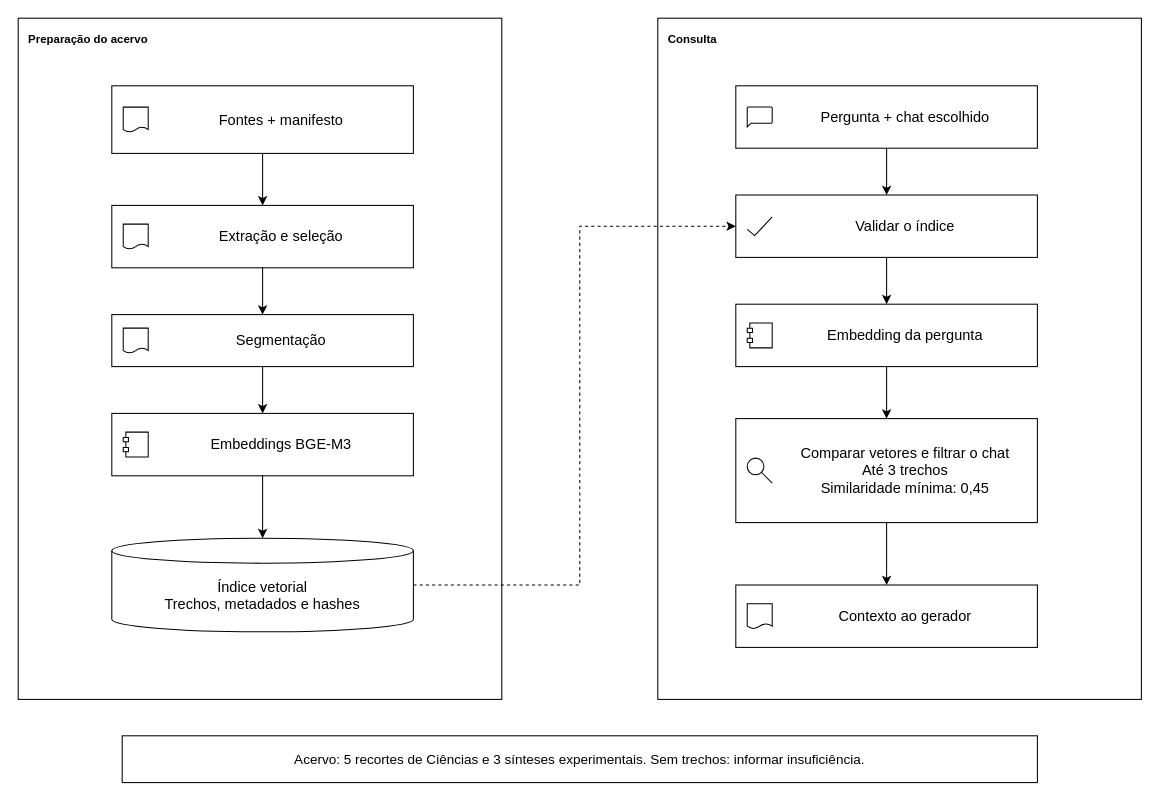
Above: page "06 Preparação e consulta do acervo" (6 of 7) of diagramas/drawio/GuardKids_7_diagramas_com_simbolos.drawio in devfellsp/TCC-GUARDRAILS-FOR-CHILDREN- (draw.io), before the change. Source tidied: cells renumbered, new cells numbered last; positions are measured from the earlier drawing's top-left corner, leaving out a move shared by most shapes. Both pictures are drawn from the tidied source at 104%, with x=0, y=0 at pixel (18, 18).
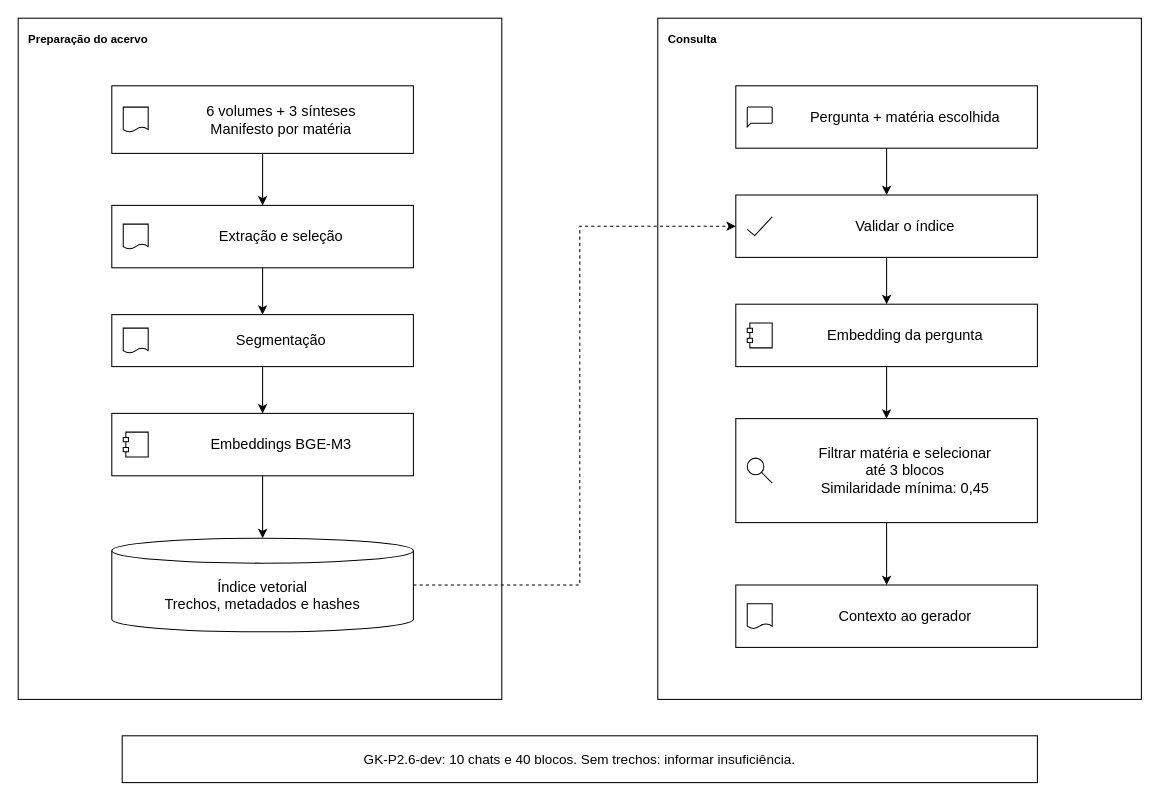
The same page after the edit.

Diff of the diagram source:
```diff
@@
-    <mxCell id="4" value="Fontes + manifesto" style="rounded=0;whiteSpace=wrap;html=1;fontFamily=Arial;fontSize=14;strokeColor=#000000;fillColor=#FFFFFF;shadow=0;strokeWidth=1;fontSize=14;fontStyle=0;spacingLeft=44;spacingRight=8;" parent="1" vertex="1">
+    <mxCell id="4" value="6 volumes + 3 sínteses&lt;br&gt;Manifesto por matéria" style="rounded=0;whiteSpace=wrap;html=1;fontFamily=Arial;fontSize=14;strokeColor=#000000;fillColor=#FFFFFF;shadow=0;strokeWidth=1;fontSize=14;fontStyle=0;spacingLeft=44;spacingRight=8;" parent="1" vertex="1">
       <mxGeometry x="90" y="65" width="290" height="65" as="geometry" />
     </mxCell>
@@
-    <mxCell id="9" value="Pergunta + chat escolhido" style="rounded=0;whiteSpace=wrap;html=1;fontFamily=Arial;fontSize=14;strokeColor=#000000;fillColor=#FFFFFF;shadow=0;strokeWidth=1;fontSize=14;fontStyle=0;spacingLeft=44;spacingRight=8;" parent="1" vertex="1">
+    <mxCell id="9" value="Pergunta + matéria escolhida" style="rounded=0;whiteSpace=wrap;html=1;fontFamily=Arial;fontSize=14;strokeColor=#000000;fillColor=#FFFFFF;shadow=0;strokeWidth=1;fontSize=14;fontStyle=0;spacingLeft=44;spacingRight=8;" parent="1" vertex="1">
       <mxGeometry x="690" y="65" width="290" height="60" as="geometry" />
     </mxCell>
@@
-    <mxCell id="12" value="Comparar vetores e filtrar o chat&lt;br&gt;Até 3 trechos&lt;br&gt;Similaridade mínima: 0,45" style="rounded=0;whiteSpace=wrap;html=1;fontFamily=Arial;fontSize=14;strokeColor=#000000;fillColor=#FFFFFF;shadow=0;strokeWidth=1;fontSize=14;fontStyle=0;spacingLeft=44;spacingRight=8;" parent="1" vertex="1">
+    <mxCell id="12" value="Filtrar matéria e selecionar&lt;br&gt;até 3 blocos&lt;br&gt;Similaridade mínima: 0,45" style="rounded=0;whiteSpace=wrap;html=1;fontFamily=Arial;fontSize=14;strokeColor=#000000;fillColor=#FFFFFF;shadow=0;strokeWidth=1;fontSize=14;fontStyle=0;spacingLeft=44;spacingRight=8;" parent="1" vertex="1">
       <mxGeometry x="690" y="385" width="290" height="100" as="geometry" />
     </mxCell>
@@
-    <mxCell id="14" value="Acervo: 5 recortes de Ciências e 3 sínteses experimentais. Sem trechos: informar insuficiência." style="rounded=0;whiteSpace=wrap;html=1;fontFamily=Arial;fontSize=14;strokeColor=#000000;fillColor=#FFFFFF;shadow=0;strokeWidth=1;fontSize=13;fontStyle=0;" parent="1" vertex="1">
+    <mxCell id="14" value="GK-P2.6-dev: 10 chats e 40 blocos. Sem trechos: informar insuficiência." style="rounded=0;whiteSpace=wrap;html=1;fontFamily=Arial;fontSize=14;strokeColor=#000000;fillColor=#FFFFFF;shadow=0;strokeWidth=1;fontSize=13;fontStyle=0;" parent="1" vertex="1">
       <mxGeometry x="100" y="690" width="880" height="45" as="geometry" />
     </mxCell>
```
